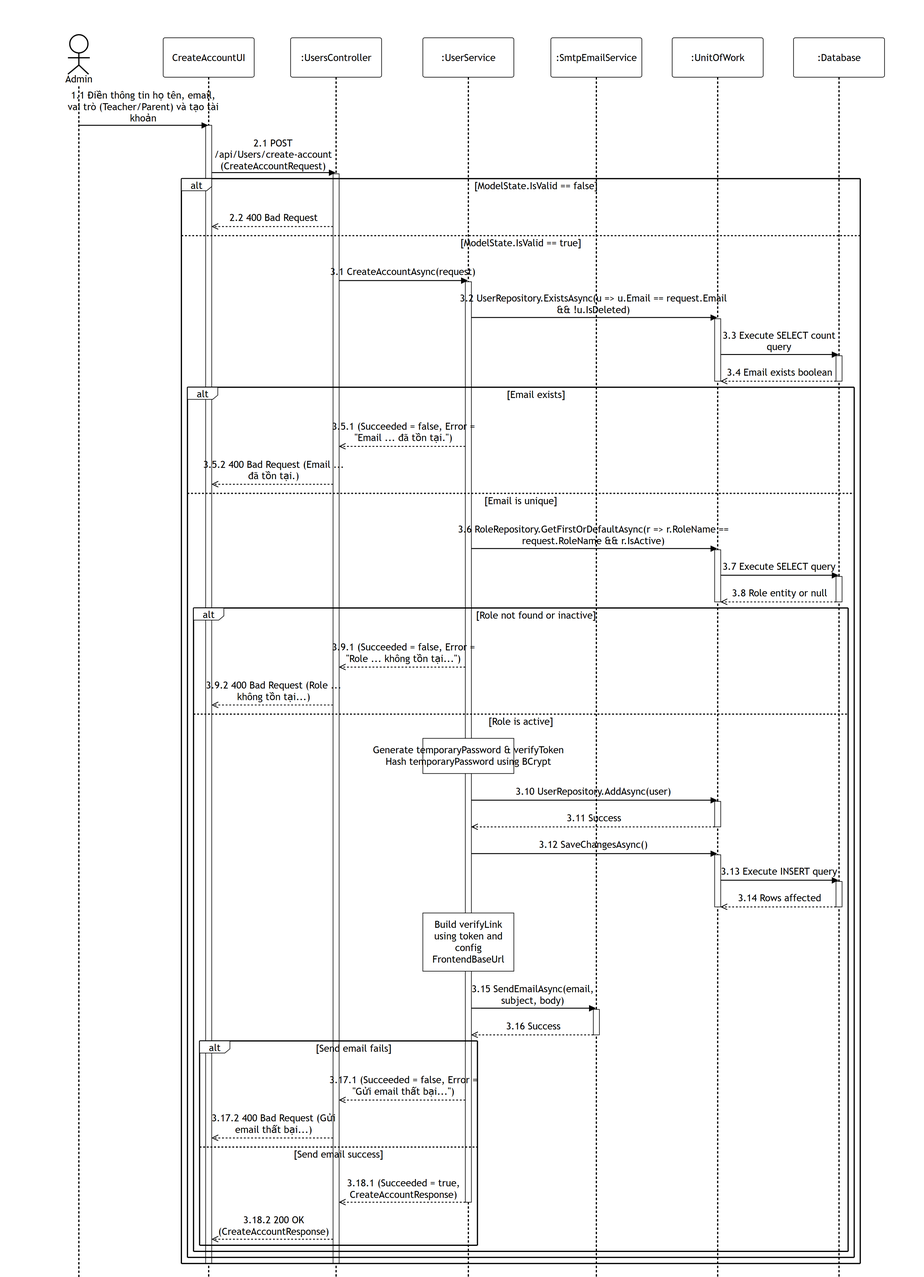
This is 02-user-role-management/images/apis/create-account.png from PhucAnDev/docx-diagram, a Mermaid export, as it was before one commit. Its source is kept beside it as 02-user-role-management/sequence-diagram/apis/create-account.mmd.
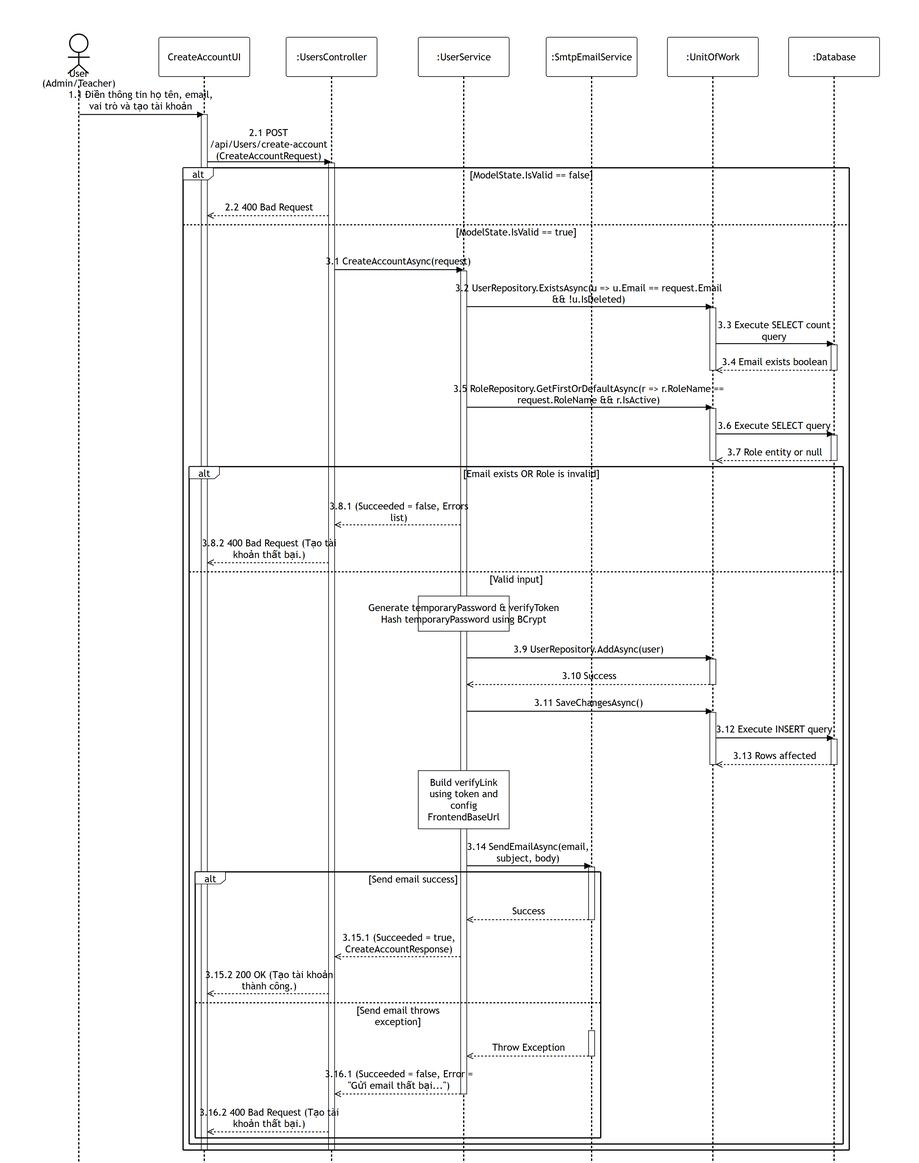
After the change.

Commit message:
fix: update create-account diagram logic and messages to match source code

The edit, as a diff of the source:
```diff
@@ -1,7 +1,7 @@
 %%{init: {'theme':'base', 'themeVariables': {'actorBkg':'#ffffff','actorBorder':'#000000','actorTextColor':'#000000','actorLineColor':'#000000','signalColor':'#000000','signalTextColor':'#000000','labelBoxBkgColor':'#ffffff','labelBoxBorderColor':'#000000','labelTextColor':'#000000','loopTextColor':'#000000','noteBkgColor':'#ffffff','noteBorderColor':'#000000','noteTextColor':'#000000','activationBorderColor':'#000000','activationBkgColor':'#ffffff','sequenceNumberColor':'#000000'}, 'sequence': {'width':150,'height':65,'actorFontSize':16,'messageFontSize':16,'wrap':true,'wrapPadding':10}}}%%
 sequenceDiagram
     title POST /api/Users/create-account
-    actor Admin as Admin
+    actor User as User (Admin/Teacher)
     participant UI as CreateAccountUI
     participant Endpoint as :UsersController
     participant Service as :UserService
@@ -9,7 +9,7 @@
     participant DB as :UnitOfWork
     participant Database as :Database
 
-    Admin->>UI: 1.1 Điền thông tin họ tên, email, vai trò (Teacher/Parent) và tạo tài khoản
+    User->>UI: 1.1 Điền thông tin họ tên, email, vai trò và tạo tài khoản
     activate UI
     UI->>Endpoint: 2.1 POST /api/Users/create-account (CreateAccountRequest)
     activate Endpoint
@@ -28,52 +28,50 @@
         deactivate Database
         deactivate DB
 
-        alt Email exists
-            Service-->>Endpoint: 3.5.1 (Succeeded = false, Error = "Email ... đã tồn tại.")
-            Endpoint-->>UI: 3.5.2 400 Bad Request (Email ... đã tồn tại.)
-        else Email is unique
-            Service->>DB: 3.6 RoleRepository.GetFirstOrDefaultAsync(r => r.RoleName == request.RoleName && r.IsActive)
+        Service->>DB: 3.5 RoleRepository.GetFirstOrDefaultAsync(r => r.RoleName == request.RoleName && r.IsActive)
+        activate DB
+        DB->>Database: 3.6 Execute SELECT query
+        activate Database
+        Database-->>DB: 3.7 Role entity or null
+        deactivate Database
+        deactivate DB
+
+        alt Email exists OR Role is invalid
+            Service-->>Endpoint: 3.8.1 (Succeeded = false, Errors list)
+            Endpoint-->>UI: 3.8.2 400 Bad Request (Tạo tài khoản thất bại.)
+        else Valid input
+            note over Service: Generate temporaryPassword & verifyToken<br/>Hash temporaryPassword using BCrypt
+
+            Service->>DB: 3.9 UserRepository.AddAsync(user)
             activate DB
-            DB->>Database: 3.7 Execute SELECT query
+            DB-->>Service: 3.10 Success
+            deactivate DB
+
+            Service->>DB: 3.11 SaveChangesAsync()
+            activate DB
+            DB->>Database: 3.12 Execute INSERT query
             activate Database
-            Database-->>DB: 3.8 Role entity or null
+            Database-->>DB: 3.13 Rows affected
             deactivate Database
             deactivate DB
 
-            alt Role not found or inactive
-                Service-->>Endpoint: 3.9.1 (Succeeded = false, Error = "Role ... không tồn tại...")
-                Endpoint-->>UI: 3.9.2 400 Bad Request (Role ... không tồn tại...)
-            else Role is active
-                note over Service: Generate temporaryPassword & verifyToken<br/>Hash temporaryPassword using BCrypt
+            note over Service: Build verifyLink using token and config FrontendBaseUrl
 
-                Service->>DB: 3.10 UserRepository.AddAsync(user)
-                activate DB
-                DB-->>Service: 3.11 Success
-                deactivate DB
+            Service->>Mail: 3.14 SendEmailAsync(email, subject, body)
+            activate Mail
 
-                Service->>DB: 3.12 SaveChangesAsync()
-                activate DB
-                DB->>Database: 3.13 Execute INSERT query
-                activate Database
-                Database-->>DB: 3.14 Rows affected
-                deactivate Database
-                deactivate DB
-
-                note over Service: Build verifyLink using token and config FrontendBaseUrl
-
-                Service->>Mail: 3.15 SendEmailAsync(email, subject, body)
+            alt Send email success
+                Mail-->>Service: Success
+                deactivate Mail
+                Service-->>Endpoint: 3.15.1 (Succeeded = true, CreateAccountResponse)
+                Endpoint-->>UI: 3.15.2 200 OK (Tạo tài khoản thành công.)
+            else Send email throws exception
                 activate Mail
-                Mail-->>Service: 3.16 Success
+                Mail-->>Service: Throw Exception
                 deactivate Mail
-
-                alt Send email fails
-                    Service-->>Endpoint: 3.17.1 (Succeeded = false, Error = "Gửi email thất bại...")
-                    Endpoint-->>UI: 3.17.2 400 Bad Request (Gửi email thất bại...)
-                else Send email success
-                    Service-->>Endpoint: 3.18.1 (Succeeded = true, CreateAccountResponse)
-                    deactivate Service
-                    Endpoint-->>UI: 3.18.2 200 OK (CreateAccountResponse)
-                end
+                Service-->>Endpoint: 3.16.1 (Succeeded = false, Error = "Gửi email thất bại...")
+                deactivate Service
+                Endpoint-->>UI: 3.16.2 400 Bad Request (Tạo tài khoản thất bại.)
             end
         end
     end
```
